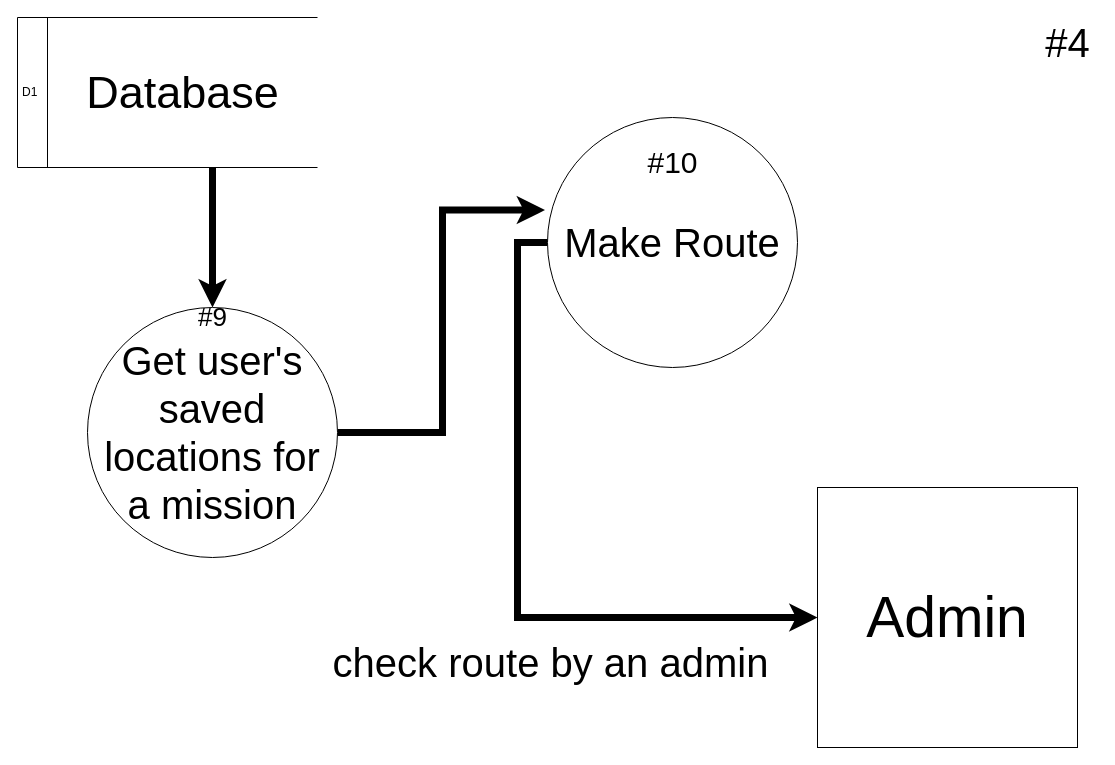
Above: page "DFD#4" (3 of 4) of Projects/Tahlil_term3/DFD.drawio in geeksesi/my_university (draw.io), before the change. Source tidied: cells renumbered, new cells numbered last; positions are measured from the earlier drawing's top-left corner, leaving out a move shared by most shapes. Both pictures are drawn from the tidied source at 100%, with x=0, y=0 at pixel (17, 17).
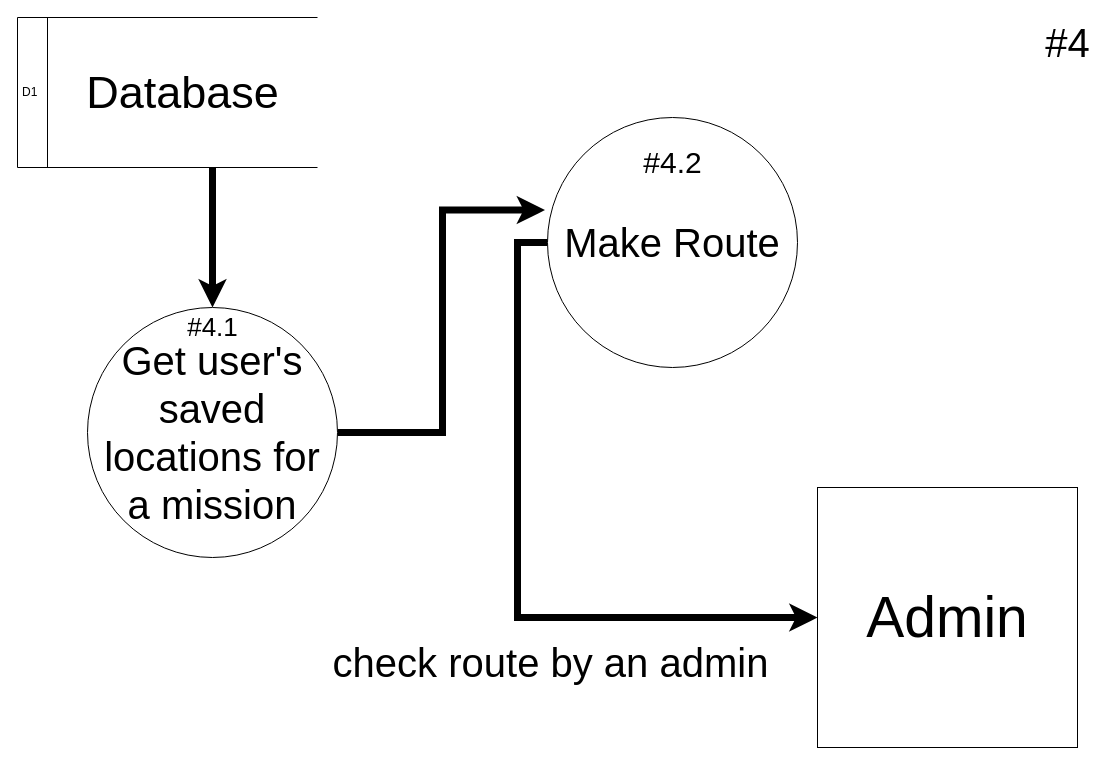
The same diagram, later.

Change to the diagram source:
```diff
@@
 <mxGraphModel>
   <root>
     <mxCell id="0" />
     <mxCell id="1" parent="0" />
     <mxCell id="2" style="edgeStyle=orthogonalEdgeStyle;rounded=0;jettySize=auto;html=1;entryX=0.5;entryY=0;entryDx=0;entryDy=0;strokeWidth=7;" parent="1" edge="1" source="3" target="6">
       <mxGeometry relative="1" as="geometry">
         <Array as="points">
           <mxPoint x="195" y="190" />
           <mxPoint x="195" y="190" />
         </Array>
       </mxGeometry>
     </mxCell>
     <mxCell id="3" value="D1" style="dashed=0;whitespace=wrap;shape=mxgraph.dfd.dataStoreID;align=left;spacingLeft=3;points=[[0,0],[0.5,0],[1,0],[0,0.5],[1,0.5],[0,1],[0.5,1],[1,1]];spacingTop=0;html=1;" parent="1" vertex="1">
       <mxGeometry width="300" height="150" as="geometry" />
     </mxCell>
     <mxCell id="4" value="&lt;font style=&quot;font-size: 45px&quot;&gt;Database&lt;/font&gt;" style="text;html=1;align=center;verticalAlign=middle;" parent="1" vertex="1">
       <mxGeometry x="60" y="60" width="210" height="30" as="geometry" />
     </mxCell>
     <mxCell id="5" style="edgeStyle=orthogonalEdgeStyle;rounded=0;jettySize=auto;html=1;entryX=-0.01;entryY=0.37;entryDx=0;entryDy=0;entryPerimeter=0;strokeWidth=7;" parent="1" edge="1" source="6" target="8">
       <mxGeometry relative="1" as="geometry" />
     </mxCell>
     <mxCell id="6" value="&lt;font style=&quot;font-size: 40px&quot;&gt;Get user's saved locations for a mission&lt;br&gt;&lt;/font&gt;" style="ellipse;whiteSpace=wrap;html=1;" parent="1" vertex="1">
       <mxGeometry x="70" y="290" width="250" height="250" as="geometry" />
     </mxCell>
     <mxCell id="7" style="edgeStyle=orthogonalEdgeStyle;rounded=0;jettySize=auto;html=1;strokeWidth=7;entryX=0;entryY=0.5;entryDx=0;entryDy=0;" parent="1" edge="1" source="8" target="9">
       <mxGeometry relative="1" as="geometry">
         <Array as="points">
           <mxPoint x="500" y="225" />
           <mxPoint x="500" y="600" />
         </Array>
       </mxGeometry>
     </mxCell>
     <mxCell id="8" value="&lt;font style=&quot;font-size: 40px&quot;&gt;Make Route&lt;br&gt;&lt;/font&gt;" style="ellipse;whiteSpace=wrap;html=1;" parent="1" vertex="1">
       <mxGeometry x="530" y="100" width="250" height="250" as="geometry" />
     </mxCell>
     <mxCell id="9" value="&lt;font style=&quot;font-size: 57px&quot;&gt;Admin&lt;/font&gt;" style="whiteSpace=wrap;html=1;" parent="1" vertex="1">
       <mxGeometry x="800" y="470" width="260" height="260" as="geometry" />
     </mxCell>
     <mxCell id="10" value="&lt;font style=&quot;font-size: 40px&quot;&gt;check route by an admin&lt;br&gt;&lt;/font&gt;" style="text;html=1;align=center;verticalAlign=middle;" parent="1" vertex="1">
       <mxGeometry x="307.5" y="630" width="450" height="30" as="geometry" />
     </mxCell>
     <mxCell id="11" value="&lt;font style=&quot;font-size: 40px&quot;&gt;#4&lt;/font&gt;" style="text;html=1;align=center;verticalAlign=middle;" parent="1" vertex="1">
       <mxGeometry x="1020" y="10" width="60" height="30" as="geometry" />
     </mxCell>
-    <mxCell id="12" value="&lt;font style=&quot;font-size: 30px&quot;&gt;#10&lt;/font&gt;" style="text;html=1;align=center;verticalAlign=middle;" parent="1" vertex="1">
+    <mxCell id="12" value="&lt;font style=&quot;font-size: 30px&quot;&gt;#4.2&lt;/font&gt;" style="text;html=1;align=center;verticalAlign=middle;" parent="1" vertex="1">
       <mxGeometry x="620" y="130" width="70" height="30" as="geometry" />
     </mxCell>
-    <mxCell id="13" value="&lt;font style=&quot;font-size: 26px&quot;&gt;#9&lt;/font&gt;" style="text;html=1;align=center;verticalAlign=middle;" parent="1" vertex="1">
-      <mxGeometry x="175" y="290" width="40" height="20" as="geometry" />
+    <mxCell id="13" value="&lt;font style=&quot;font-size: 26px&quot;&gt;#4.1&lt;/font&gt;" style="text;html=1;align=center;verticalAlign=middle;" parent="1" vertex="1">
+      <mxGeometry x="160" y="300" width="70" height="20" as="geometry" />
     </mxCell>
   </root>
 </mxGraphModel>
```
